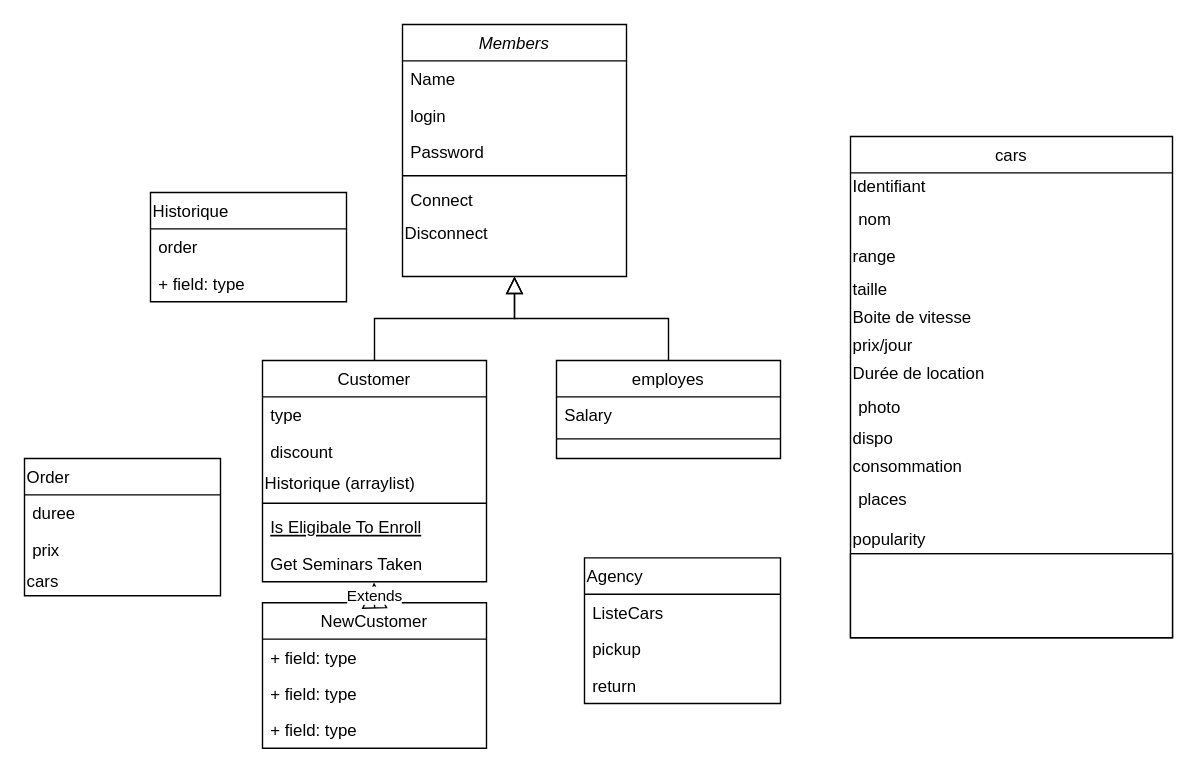
Above: Untitled Diagram.drawio in ElyesECE/CarRental (draw.io), before the change. Source tidied: cells renumbered, new cells numbered last; positions are measured from the earlier drawing's top-left corner, leaving out a move shared by most shapes. Both pictures are drawn from the tidied source at 140%, with x=0, y=0 at pixel (24, 24).
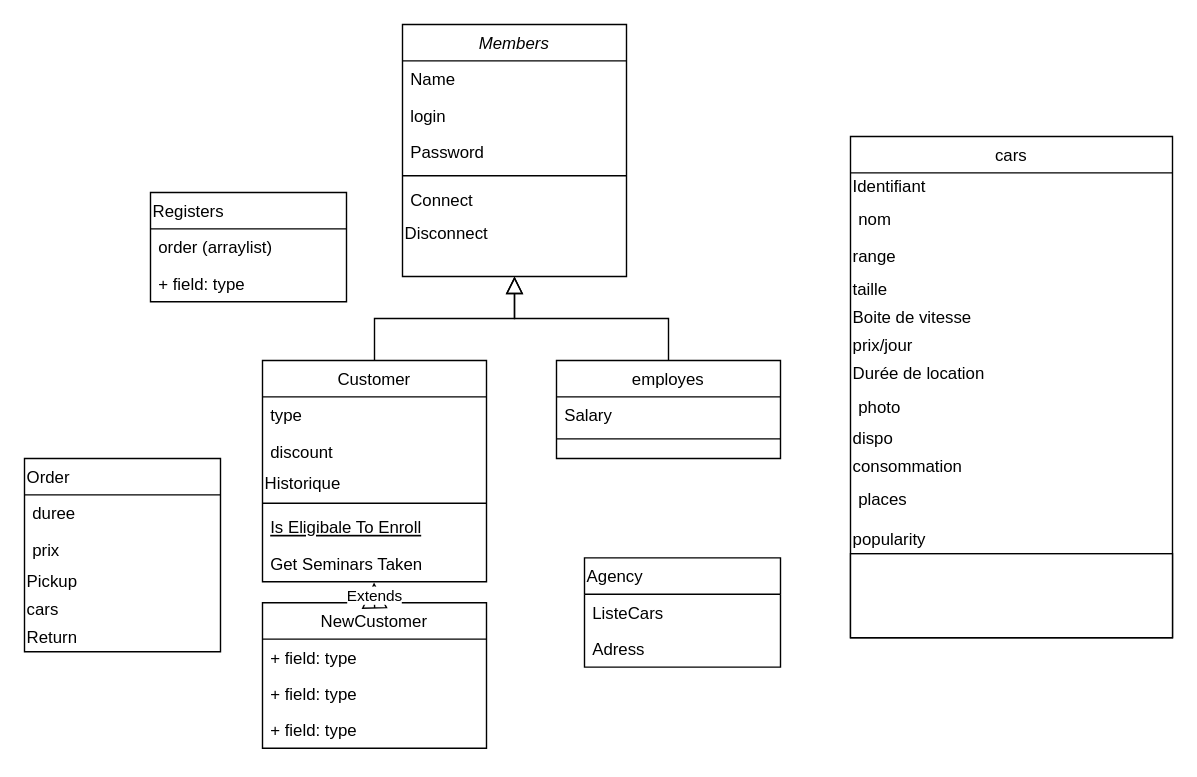
Above is the later version.

The change refers to these unchanged cells:
```xml
<mxCell id="9" value="Customer" style="swimlane;fontStyle=0;align=center;verticalAlign=top;horizontal=1;startSize=26;rounded=0;shadow=0;strokeWidth=1;" parent="1" vertex="1">
  <mxGeometry x="170" y="240" width="160" height="158" as="geometry" />
</mxCell>
```

Diff of the diagram source:
```diff
@@
-    <mxCell id="12" value="Historique (arraylist)" style="text;html=1;strokeColor=none;fillColor=none;align=left;verticalAlign=middle;whiteSpace=wrap;rounded=0;" parent="9" vertex="1">
+    <mxCell id="12" value="Historique" style="text;html=1;strokeColor=none;fillColor=none;align=left;verticalAlign=middle;whiteSpace=wrap;rounded=0;" parent="9" vertex="1">
       <mxGeometry y="78" width="160" height="20" as="geometry" />
     </mxCell>
@@
     <mxCell id="40" value="Agency" style="swimlane;fontStyle=0;horizontal=1;startSize=26;fillColor=none;align=left;" parent="1" vertex="1">
-      <mxGeometry x="400" y="381" width="140" height="104" as="geometry" />
+      <mxGeometry x="400" y="381" width="140" height="78" as="geometry" />
     </mxCell>
@@
-    <mxCell id="42" value="pickup" style="text;strokeColor=none;fillColor=none;align=left;verticalAlign=top;spacingLeft=4;spacingRight=4;overflow=hidden;" parent="40" vertex="1">
+    <mxCell id="42" value="Adress" style="text;strokeColor=none;fillColor=none;align=left;verticalAlign=top;spacingLeft=4;spacingRight=4;overflow=hidden;" parent="40" vertex="1">
       <mxGeometry y="52" width="140" height="26" as="geometry" />
     </mxCell>
-    <mxCell id="43" value="return" style="text;strokeColor=none;fillColor=none;align=left;verticalAlign=top;spacingLeft=4;spacingRight=4;overflow=hidden;" parent="40" vertex="1">
-      <mxGeometry y="78" width="140" height="26" as="geometry" />
-    </mxCell>
     <mxCell id="44" value="Order" style="swimlane;fontStyle=0;horizontal=1;startSize=26;fillColor=none;align=left;" parent="1" vertex="1">
-      <mxGeometry y="310" width="140" height="98" as="geometry" />
+      <mxGeometry y="310" width="140" height="138" as="geometry" />
     </mxCell>
@@
+    <mxCell id="51" value="Pickup" style="text;html=1;strokeColor=none;fillColor=none;align=left;verticalAlign=middle;whiteSpace=wrap;rounded=0;" parent="44" vertex="1">
+      <mxGeometry y="78" width="140" height="20" as="geometry" />
+    </mxCell>
     <mxCell id="47" value="cars" style="text;html=1;strokeColor=none;fillColor=none;align=left;verticalAlign=middle;whiteSpace=wrap;rounded=0;" parent="44" vertex="1">
-      <mxGeometry y="78" width="140" height="20" as="geometry" />
+      <mxGeometry y="98" width="140" height="20" as="geometry" />
     </mxCell>
+    <mxCell id="52" value="Return" style="text;html=1;strokeColor=none;fillColor=none;align=left;verticalAlign=middle;whiteSpace=wrap;rounded=0;" parent="44" vertex="1">
+      <mxGeometry y="118" width="140" height="20" as="geometry" />
+    </mxCell>
-    <mxCell id="48" value="Historique" style="swimlane;fontStyle=0;horizontal=1;startSize=26;fillColor=none;align=left;" parent="1" vertex="1">
+    <mxCell id="48" value="Registers" style="swimlane;fontStyle=0;horizontal=1;startSize=26;fillColor=none;align=left;" parent="1" vertex="1">
       <mxGeometry x="90" y="120" width="140" height="78" as="geometry" />
     </mxCell>
-    <mxCell id="49" value="order" style="text;strokeColor=none;fillColor=none;align=left;verticalAlign=top;spacingLeft=4;spacingRight=4;overflow=hidden;" parent="48" vertex="1">
+    <mxCell id="49" value="order (arraylist)" style="text;strokeColor=none;fillColor=none;align=left;verticalAlign=top;spacingLeft=4;spacingRight=4;overflow=hidden;" parent="48" vertex="1">
       <mxGeometry y="26" width="140" height="26" as="geometry" />
     </mxCell>
```
